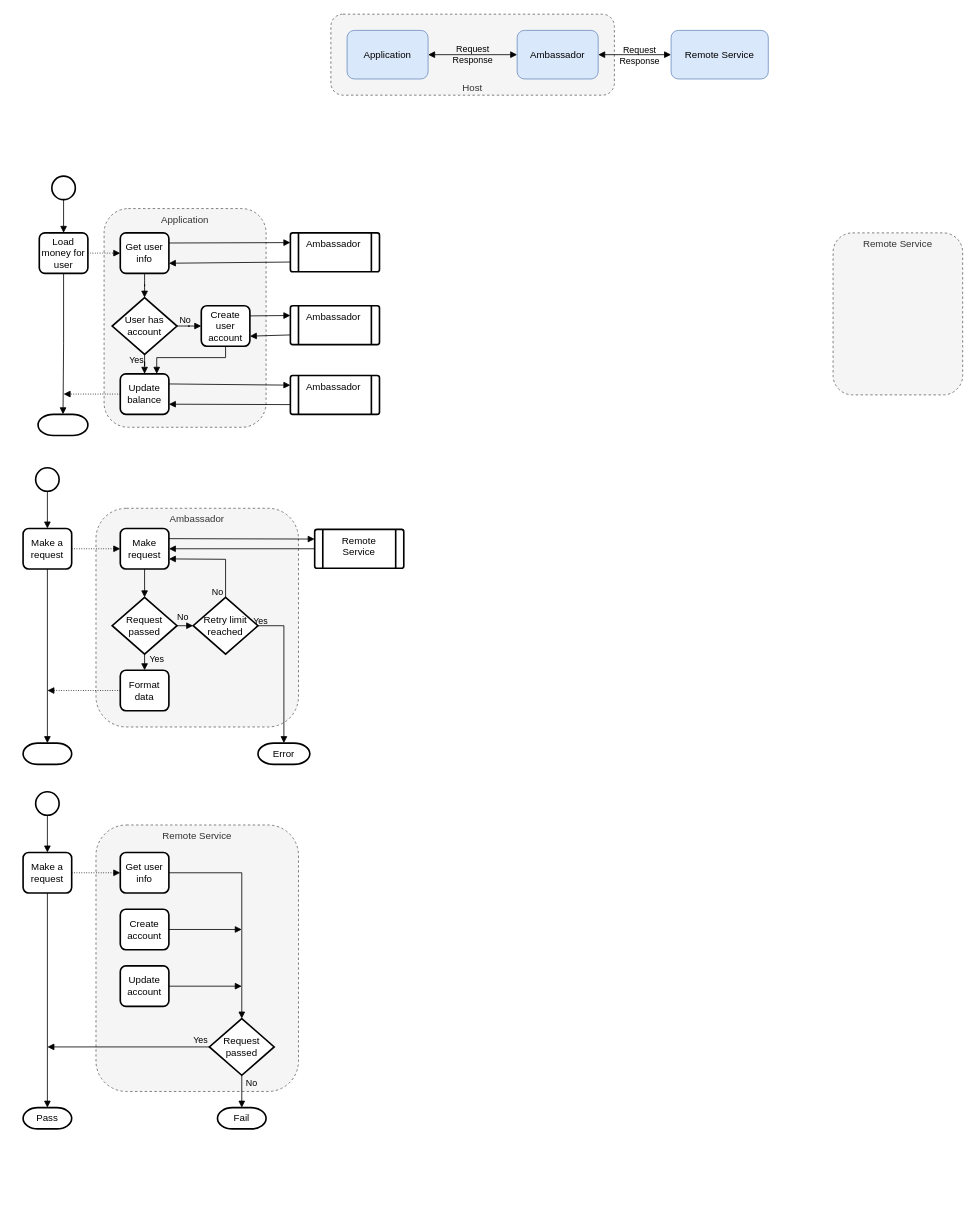
Above: pages/CloudDesginPatterns/draw/AmbassadorPattern.drawio in johannes-fourie/maree-fourie.github.io (draw.io), before the change. Source tidied: cells renumbered, new cells numbered last; positions are measured from the earlier drawing's top-left corner, leaving out a move shared by most shapes. Both pictures are drawn from the tidied source at 81%, with x=0, y=0 at pixel (23, 14).
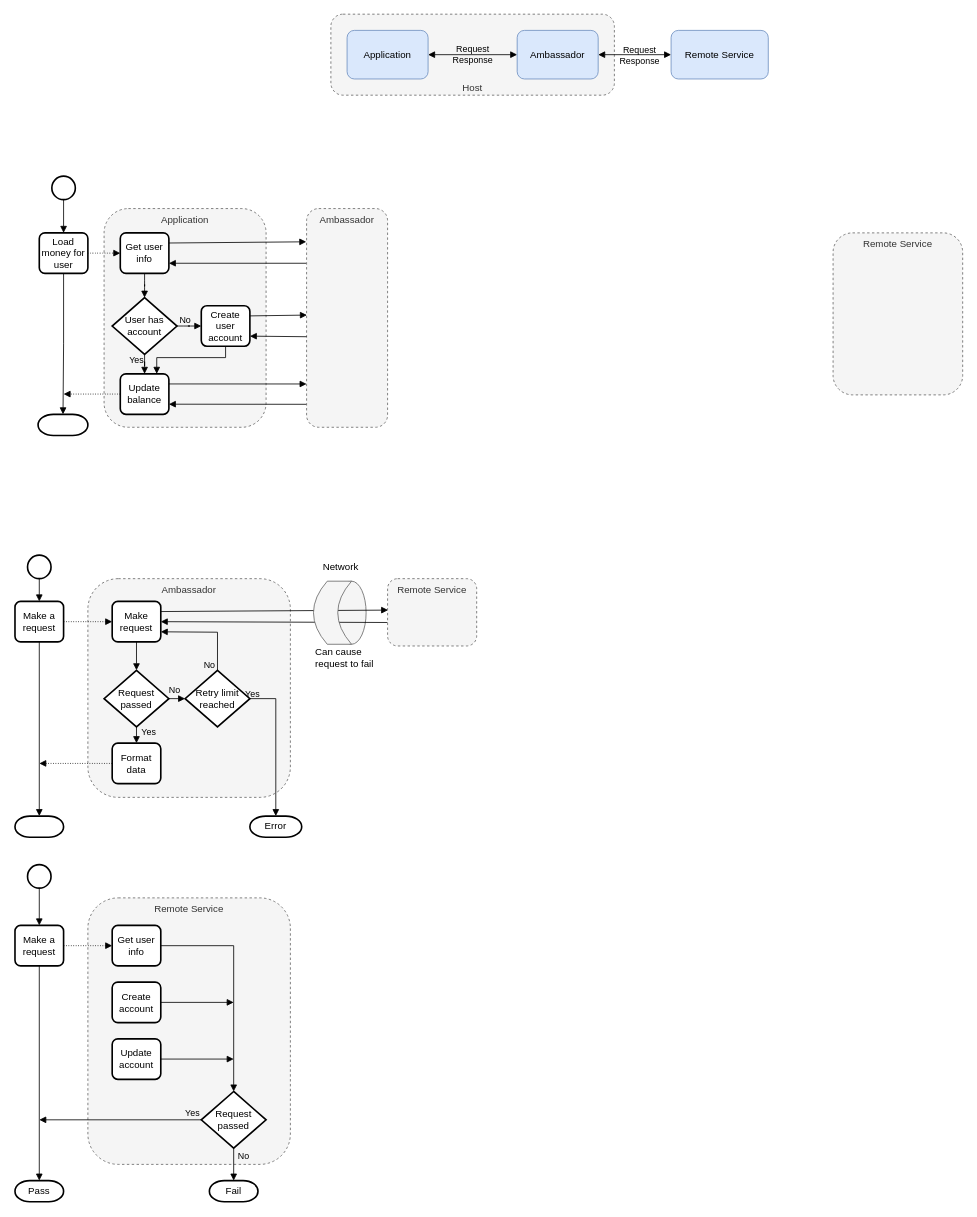
Above is the later version.

The change refers to these unchanged cells:
```xml
<mxCell id="13" value="Get user info" style="rounded=1;whiteSpace=wrap;html=1;absoluteArcSize=1;arcSize=14;strokeWidth=2;labelBackgroundColor=none;" parent="1" vertex="1">
  <mxGeometry x="120" y="270" width="60" height="50" as="geometry" />
</mxCell>
<mxCell id="20" value="Create user account" style="rounded=1;whiteSpace=wrap;html=1;absoluteArcSize=1;arcSize=14;strokeWidth=2;labelBackgroundColor=none;" parent="1" vertex="1">
  <mxGeometry x="220" y="360" width="60" height="50" as="geometry" />
</mxCell>
<mxCell id="22" value="Update balance" style="rounded=1;whiteSpace=wrap;html=1;absoluteArcSize=1;arcSize=14;strokeWidth=2;labelBackgroundColor=none;" parent="1" vertex="1">
  <mxGeometry x="120" y="444" width="60" height="50" as="geometry" />
</mxCell>
```

What changed in the source:
```diff
@@
+    <mxCell id="81" style="ellipse;whiteSpace=wrap;html=1;fillColor=#f5f5f5;fontColor=#333333;strokeColor=#666666;" parent="1" vertex="1">
+      <mxGeometry x="387.5" y="700" width="36" height="77.9" as="geometry" />
+    </mxCell>
@@
-    <mxCell id="12" style="edgeStyle=none;rounded=0;jettySize=auto;html=1;labelBackgroundColor=none;startArrow=none;startFill=0;endArrow=block;endFill=1;entryX=0;entryY=0.25;entryDx=0;entryDy=0;exitX=1;exitY=0.25;exitDx=0;exitDy=0;" parent="1" edge="1" source="13" target="29">
+    <mxCell id="12" style="edgeStyle=none;rounded=0;jettySize=auto;html=1;labelBackgroundColor=none;startArrow=none;startFill=0;endArrow=block;endFill=1;entryX=-0.004;entryY=0.152;entryDx=0;entryDy=0;exitX=1;exitY=0.25;exitDx=0;exitDy=0;entryPerimeter=0;" parent="1" edge="1" source="13" target="84">
       <mxGeometry relative="1" as="geometry" />
     </mxCell>
@@
-    <mxCell id="29" value="Ambassador&amp;nbsp;" style="verticalLabelPosition=middle;verticalAlign=top;html=1;shape=process;whiteSpace=wrap;rounded=1;size=0.09090909090909093;arcSize=6;labelBackgroundColor=none;strokeWidth=2;labelPosition=center;align=center;" parent="1" vertex="1">
-      <mxGeometry x="330" y="270" width="110" height="48" as="geometry" />
-    </mxCell>
-    <mxCell id="30" style="edgeStyle=none;rounded=0;jettySize=auto;html=1;labelBackgroundColor=none;startArrow=none;startFill=0;endArrow=block;endFill=1;entryX=1;entryY=0.75;entryDx=0;entryDy=0;exitX=0;exitY=0.75;exitDx=0;exitDy=0;" parent="1" edge="1" source="29" target="13">
+    <mxCell id="30" style="edgeStyle=none;rounded=0;jettySize=auto;html=1;labelBackgroundColor=none;startArrow=none;startFill=0;endArrow=block;endFill=1;entryX=1;entryY=0.75;entryDx=0;entryDy=0;exitX=0;exitY=0.25;exitDx=0;exitDy=0;" parent="1" edge="1" source="84" target="13">
       <mxGeometry relative="1" as="geometry" />
     </mxCell>
-    <mxCell id="31" style="edgeStyle=none;rounded=0;jettySize=auto;html=1;labelBackgroundColor=none;startArrow=none;startFill=0;endArrow=block;endFill=1;entryX=0;entryY=0.25;entryDx=0;entryDy=0;exitX=1;exitY=0.25;exitDx=0;exitDy=0;" parent="1" edge="1" source="20" target="32">
+    <mxCell id="31" style="edgeStyle=none;rounded=0;jettySize=auto;html=1;labelBackgroundColor=none;startArrow=none;startFill=0;endArrow=block;endFill=1;entryX=0.004;entryY=0.487;entryDx=0;entryDy=0;exitX=1;exitY=0.25;exitDx=0;exitDy=0;entryPerimeter=0;" parent="1" edge="1" source="20" target="84">
       <mxGeometry relative="1" as="geometry" />
     </mxCell>
-    <mxCell id="32" value="Ambassador&amp;nbsp;" style="verticalLabelPosition=middle;verticalAlign=top;html=1;shape=process;whiteSpace=wrap;rounded=1;size=0.09090909090909093;arcSize=6;labelBackgroundColor=none;strokeWidth=2;labelPosition=center;align=center;" parent="1" vertex="1">
-      <mxGeometry x="330" y="360" width="110" height="48" as="geometry" />
-    </mxCell>
-    <mxCell id="33" style="edgeStyle=none;rounded=0;jettySize=auto;html=1;labelBackgroundColor=none;startArrow=none;startFill=0;endArrow=block;endFill=1;entryX=1;entryY=0.75;entryDx=0;entryDy=0;exitX=0;exitY=0.75;exitDx=0;exitDy=0;" parent="1" edge="1" source="32" target="20">
-      <mxGeometry relative="1" as="geometry" />
-    </mxCell>
-    <mxCell id="34" style="edgeStyle=none;rounded=0;jettySize=auto;html=1;labelBackgroundColor=none;startArrow=none;startFill=0;endArrow=block;endFill=1;entryX=0;entryY=0.25;entryDx=0;entryDy=0;exitX=1;exitY=0.25;exitDx=0;exitDy=0;" parent="1" edge="1" source="22" target="35">
+    <mxCell id="34" style="edgeStyle=none;rounded=0;jettySize=auto;html=1;labelBackgroundColor=none;startArrow=none;startFill=0;endArrow=block;endFill=1;entryX=0;entryY=0.802;entryDx=0;entryDy=0;exitX=1;exitY=0.25;exitDx=0;exitDy=0;entryPerimeter=0;" parent="1" edge="1" source="22" target="84">
       <mxGeometry relative="1" as="geometry" />
     </mxCell>
-    <mxCell id="35" value="Ambassador&amp;nbsp;" style="verticalLabelPosition=middle;verticalAlign=top;html=1;shape=process;whiteSpace=wrap;rounded=1;size=0.09090909090909093;arcSize=6;labelBackgroundColor=none;strokeWidth=2;labelPosition=center;align=center;" parent="1" vertex="1">
-      <mxGeometry x="330" y="446" width="110" height="48" as="geometry" />
-    </mxCell>
-    <mxCell id="36" style="edgeStyle=none;rounded=0;jettySize=auto;html=1;labelBackgroundColor=none;startArrow=none;startFill=0;endArrow=block;endFill=1;entryX=1;entryY=0.75;entryDx=0;entryDy=0;exitX=0;exitY=0.75;exitDx=0;exitDy=0;" parent="1" edge="1" source="35" target="22">
+    <mxCell id="36" style="edgeStyle=none;rounded=0;jettySize=auto;html=1;labelBackgroundColor=none;startArrow=none;startFill=0;endArrow=block;endFill=1;entryX=1;entryY=0.75;entryDx=0;entryDy=0;exitX=0.007;exitY=0.895;exitDx=0;exitDy=0;exitPerimeter=0;" parent="1" edge="1" source="84" target="22">
       <mxGeometry relative="1" as="geometry" />
     </mxCell>
     <mxCell id="37" value="Ambassador" style="rounded=1;whiteSpace=wrap;html=1;dashed=1;align=center;verticalAlign=top;spacingLeft=0;spacingBottom=0;fillColor=#f5f5f5;fontColor=#333333;strokeColor=#666666;" parent="1" vertex="1">
-      <mxGeometry x="90" y="610" width="250" height="270" as="geometry" />
+      <mxGeometry x="80" y="696.9" width="250" height="270" as="geometry" />
     </mxCell>
@@
     <mxCell id="39" value="Make a request" style="rounded=1;whiteSpace=wrap;html=1;absoluteArcSize=1;arcSize=14;strokeWidth=2;labelBackgroundColor=none;" parent="1" vertex="1">
-      <mxGeometry y="635" width="60" height="50" as="geometry" />
+      <mxGeometry x="-10" y="725" width="60" height="50" as="geometry" />
     </mxCell>
     <mxCell id="40" style="strokeWidth=2;html=1;shape=mxgraph.flowchart.terminator;whiteSpace=wrap;labelBackgroundColor=none;" parent="1" vertex="1">
-      <mxGeometry y="900" width="60" height="26.2" as="geometry" />
+      <mxGeometry x="-10" y="990" width="60" height="26.2" as="geometry" />
     </mxCell>
@@
     <mxCell id="42" style="strokeWidth=2;html=1;shape=mxgraph.flowchart.start_2;whiteSpace=wrap;labelBackgroundColor=none;" parent="1" vertex="1">
-      <mxGeometry x="15.5" y="560" width="29" height="29" as="geometry" />
+      <mxGeometry x="5.5" y="667.9" width="29" height="29" as="geometry" />
     </mxCell>
@@
     <mxCell id="44" value="Make request" style="rounded=1;whiteSpace=wrap;html=1;absoluteArcSize=1;arcSize=14;strokeWidth=2;labelBackgroundColor=none;" parent="1" vertex="1">
-      <mxGeometry x="120" y="635" width="60" height="50" as="geometry" />
+      <mxGeometry x="110" y="725" width="60" height="50" as="geometry" />
     </mxCell>
@@
     <mxCell id="50" value="Request passed" style="strokeWidth=2;html=1;shape=mxgraph.flowchart.decision;whiteSpace=wrap;labelBackgroundColor=none;" parent="1" vertex="1">
-      <mxGeometry x="110" y="720" width="80" height="70" as="geometry" />
+      <mxGeometry x="100" y="810" width="80" height="70" as="geometry" />
     </mxCell>
     <mxCell id="51" style="edgeStyle=none;rounded=0;jettySize=auto;html=1;entryX=1;entryY=0.75;entryDx=0;entryDy=0;labelBackgroundColor=none;startArrow=none;startFill=0;endArrow=block;endFill=1;exitX=0.5;exitY=0;exitDx=0;exitDy=0;exitPerimeter=0;" parent="1" edge="1" source="55" target="44">
       <mxGeometry relative="1" as="geometry">
         <Array as="points">
-          <mxPoint x="250" y="673" />
+          <mxPoint x="240" y="763" />
         </Array>
       </mxGeometry>
     </mxCell>
@@
     <mxCell id="53" style="edgeStyle=none;rounded=0;jettySize=auto;html=1;entryX=0.5;entryY=0;entryDx=0;entryDy=0;entryPerimeter=0;labelBackgroundColor=none;startArrow=none;startFill=0;endArrow=block;endFill=1;exitX=1;exitY=0.5;exitDx=0;exitDy=0;exitPerimeter=0;" parent="1" edge="1" source="55" target="56">
       <mxGeometry relative="1" as="geometry">
         <Array as="points">
-          <mxPoint x="322" y="755" />
+          <mxPoint x="312" y="845" />
         </Array>
       </mxGeometry>
     </mxCell>
@@
     <mxCell id="55" value="Retry limit reached" style="strokeWidth=2;html=1;shape=mxgraph.flowchart.decision;whiteSpace=wrap;labelBackgroundColor=none;" parent="1" vertex="1">
-      <mxGeometry x="210" y="720" width="80" height="70" as="geometry" />
+      <mxGeometry x="200" y="810" width="80" height="70" as="geometry" />
     </mxCell>
     <mxCell id="56" value="Error" style="strokeWidth=2;html=1;shape=mxgraph.flowchart.terminator;whiteSpace=wrap;labelBackgroundColor=none;" parent="1" vertex="1">
-      <mxGeometry x="290" y="900" width="64" height="26.2" as="geometry" />
+      <mxGeometry x="280" y="990" width="64" height="26.2" as="geometry" />
     </mxCell>
     <mxCell id="57" value="Format data" style="rounded=1;whiteSpace=wrap;html=1;absoluteArcSize=1;arcSize=14;strokeWidth=2;labelBackgroundColor=none;" parent="1" vertex="1">
-      <mxGeometry x="120" y="810" width="60" height="50" as="geometry" />
+      <mxGeometry x="110" y="900" width="60" height="50" as="geometry" />
     </mxCell>
     <mxCell id="58" style="rounded=0;jettySize=auto;html=1;labelBackgroundColor=none;startArrow=none;startFill=0;endArrow=block;endFill=1;dashed=1;dashPattern=1 2;exitX=0;exitY=0.5;exitDx=0;exitDy=0;" parent="1" edge="1" source="57">
       <mxGeometry relative="1" as="geometry">
-        <mxPoint x="30" y="835" as="targetPoint" />
+        <mxPoint x="20" y="925" as="targetPoint" />
       </mxGeometry>
     </mxCell>
-    <mxCell id="59" style="edgeStyle=none;rounded=0;jettySize=auto;html=1;labelBackgroundColor=none;startArrow=none;startFill=0;endArrow=block;endFill=1;entryX=0;entryY=0.25;entryDx=0;entryDy=0;exitX=1;exitY=0.25;exitDx=0;exitDy=0;" parent="1" edge="1" source="44" target="60">
+    <mxCell id="59" style="edgeStyle=none;rounded=0;jettySize=auto;html=1;labelBackgroundColor=none;startArrow=none;startFill=0;endArrow=block;endFill=1;entryX=0.006;entryY=0.467;entryDx=0;entryDy=0;exitX=1;exitY=0.25;exitDx=0;exitDy=0;entryPerimeter=0;" parent="1" edge="1" source="44" target="60">
       <mxGeometry relative="1" as="geometry" />
     </mxCell>
-    <mxCell id="60" value="Remote&lt;br&gt;Service" style="verticalLabelPosition=middle;verticalAlign=top;html=1;shape=process;whiteSpace=wrap;rounded=1;size=0.09090909090909093;arcSize=6;labelBackgroundColor=none;strokeWidth=2;labelPosition=center;align=center;" parent="1" vertex="1">
-      <mxGeometry x="360" y="636" width="110" height="48" as="geometry" />
-    </mxCell>
-    <mxCell id="61" style="edgeStyle=none;rounded=0;jettySize=auto;html=1;labelBackgroundColor=none;startArrow=none;startFill=0;endArrow=block;endFill=1;entryX=1;entryY=0.5;entryDx=0;entryDy=0;exitX=0;exitY=0.5;exitDx=0;exitDy=0;" parent="1" edge="1" source="60" target="44">
-      <mxGeometry relative="1" as="geometry" />
+    <mxCell id="61" style="edgeStyle=none;rounded=0;jettySize=auto;html=1;labelBackgroundColor=none;startArrow=none;startFill=0;endArrow=block;endFill=1;entryX=1;entryY=0.5;entryDx=0;entryDy=0;exitX=0;exitY=0.5;exitDx=0;exitDy=0;" parent="1" edge="1" target="44">
+      <mxGeometry relative="1" as="geometry">
+        <mxPoint x="450" y="751" as="sourcePoint" />
+      </mxGeometry>
     </mxCell>
     <mxCell id="62" value="Remote Service" style="rounded=1;whiteSpace=wrap;html=1;dashed=1;align=center;verticalAlign=top;spacingLeft=0;spacingBottom=0;fillColor=#f5f5f5;fontColor=#333333;strokeColor=#666666;" parent="1" vertex="1">
-      <mxGeometry x="90" y="1001" width="250" height="329" as="geometry" />
+      <mxGeometry x="80" y="1091" width="250" height="329" as="geometry" />
     </mxCell>
@@
     <mxCell id="64" value="Make a request" style="rounded=1;whiteSpace=wrap;html=1;absoluteArcSize=1;arcSize=14;strokeWidth=2;labelBackgroundColor=none;" parent="1" vertex="1">
-      <mxGeometry y="1035" width="60" height="50" as="geometry" />
+      <mxGeometry x="-10" y="1125" width="60" height="50" as="geometry" />
     </mxCell>
     <mxCell id="65" value="Pass" style="strokeWidth=2;html=1;shape=mxgraph.flowchart.terminator;whiteSpace=wrap;labelBackgroundColor=none;" parent="1" vertex="1">
-      <mxGeometry y="1350" width="60" height="26.2" as="geometry" />
+      <mxGeometry x="-10" y="1440" width="60" height="26.2" as="geometry" />
     </mxCell>
@@
     <mxCell id="67" style="strokeWidth=2;html=1;shape=mxgraph.flowchart.start_2;whiteSpace=wrap;labelBackgroundColor=none;" parent="1" vertex="1">
-      <mxGeometry x="15.5" y="960" width="29" height="29" as="geometry" />
+      <mxGeometry x="5.5" y="1050" width="29" height="29" as="geometry" />
     </mxCell>
     <mxCell id="68" style="edgeStyle=none;rounded=0;jettySize=auto;html=1;entryX=0.5;entryY=0;entryDx=0;entryDy=0;entryPerimeter=0;labelBackgroundColor=none;startArrow=none;startFill=0;endArrow=block;endFill=1;exitX=1;exitY=0.5;exitDx=0;exitDy=0;" parent="1" edge="1" source="69" target="79">
       <mxGeometry relative="1" as="geometry">
         <Array as="points">
-          <mxPoint x="270" y="1060" />
+          <mxPoint x="260" y="1150" />
         </Array>
       </mxGeometry>
     </mxCell>
     <mxCell id="69" value="Get user info" style="rounded=1;whiteSpace=wrap;html=1;absoluteArcSize=1;arcSize=14;strokeWidth=2;labelBackgroundColor=none;" parent="1" vertex="1">
-      <mxGeometry x="120" y="1035" width="60" height="50" as="geometry" />
+      <mxGeometry x="110" y="1125" width="60" height="50" as="geometry" />
     </mxCell>
@@
     <mxCell id="71" style="edgeStyle=none;rounded=0;jettySize=auto;html=1;labelBackgroundColor=none;startArrow=none;startFill=0;endArrow=block;endFill=1;" parent="1" edge="1" source="72">
       <mxGeometry relative="1" as="geometry">
-        <mxPoint x="270" y="1130" as="targetPoint" />
+        <mxPoint x="260" y="1220" as="targetPoint" />
       </mxGeometry>
     </mxCell>
     <mxCell id="72" value="Create account" style="rounded=1;whiteSpace=wrap;html=1;absoluteArcSize=1;arcSize=14;strokeWidth=2;labelBackgroundColor=none;" parent="1" vertex="1">
-      <mxGeometry x="120" y="1105" width="60" height="50" as="geometry" />
+      <mxGeometry x="110" y="1195" width="60" height="50" as="geometry" />
     </mxCell>
     <mxCell id="73" style="edgeStyle=none;rounded=0;jettySize=auto;html=1;labelBackgroundColor=none;startArrow=none;startFill=0;endArrow=block;endFill=1;" parent="1" edge="1" source="74">
       <mxGeometry relative="1" as="geometry">
-        <mxPoint x="270" y="1200" as="targetPoint" />
+        <mxPoint x="260" y="1290" as="targetPoint" />
       </mxGeometry>
     </mxCell>
     <mxCell id="74" value="Update account" style="rounded=1;whiteSpace=wrap;html=1;absoluteArcSize=1;arcSize=14;strokeWidth=2;labelBackgroundColor=none;" parent="1" vertex="1">
-      <mxGeometry x="120" y="1175" width="60" height="50" as="geometry" />
+      <mxGeometry x="110" y="1265" width="60" height="50" as="geometry" />
     </mxCell>
@@
     <mxCell id="77" style="edgeStyle=none;rounded=0;jettySize=auto;html=1;labelBackgroundColor=none;startArrow=none;startFill=0;endArrow=block;endFill=1;" parent="1" edge="1" source="79">
       <mxGeometry relative="1" as="geometry">
-        <mxPoint x="30" y="1275" as="targetPoint" />
+        <mxPoint x="20" y="1365" as="targetPoint" />
       </mxGeometry>
     </mxCell>
@@
     <mxCell id="79" value="Request passed" style="strokeWidth=2;html=1;shape=mxgraph.flowchart.decision;whiteSpace=wrap;labelBackgroundColor=none;" parent="1" vertex="1">
-      <mxGeometry x="230" y="1240" width="80" height="70" as="geometry" />
+      <mxGeometry x="220" y="1330" width="80" height="70" as="geometry" />
     </mxCell>
     <mxCell id="80" value="Fail" style="strokeWidth=2;html=1;shape=mxgraph.flowchart.terminator;whiteSpace=wrap;labelBackgroundColor=none;" parent="1" vertex="1">
-      <mxGeometry x="240" y="1350" width="60" height="26.2" as="geometry" />
+      <mxGeometry x="230" y="1440" width="60" height="26.2" as="geometry" />
     </mxCell>
+    <mxCell id="82" style="shape=dataStorage;whiteSpace=wrap;html=1;fixedSize=1;rotation=0;size=17;fillColor=#f5f5f5;fontColor=#333333;strokeColor=#666666;" parent="1" vertex="1">
+      <mxGeometry x="358.5" y="700" width="47" height="77.9" as="geometry" />
+    </mxCell>
+    <mxCell id="83" value="Network&amp;nbsp;" style="text;html=1;strokeColor=none;fillColor=none;align=center;verticalAlign=middle;whiteSpace=wrap;rounded=0;" parent="1" vertex="1">
+      <mxGeometry x="363.5" y="667.9" width="60" height="30" as="geometry" />
+    </mxCell>
+    <mxCell id="84" value="Ambassador" style="rounded=1;whiteSpace=wrap;html=1;dashed=1;align=center;verticalAlign=top;spacingLeft=0;spacingBottom=0;fillColor=#f5f5f5;fontColor=#333333;strokeColor=#666666;" parent="1" vertex="1">
+      <mxGeometry x="350" y="240" width="100" height="270" as="geometry" />
+    </mxCell>
+    <mxCell id="85" style="edgeStyle=none;rounded=0;jettySize=auto;html=1;labelBackgroundColor=none;startArrow=none;startFill=0;endArrow=block;endFill=1;entryX=1;entryY=0.75;entryDx=0;entryDy=0;exitX=0.002;exitY=0.586;exitDx=0;exitDy=0;exitPerimeter=0;" parent="1" edge="1" source="84" target="20">
+      <mxGeometry relative="1" as="geometry" />
+    </mxCell>
+    <mxCell id="60" value="Remote Service" style="rounded=1;whiteSpace=wrap;html=1;dashed=1;align=center;verticalAlign=top;spacingLeft=0;spacingBottom=0;fillColor=#f5f5f5;fontColor=#333333;strokeColor=#666666;" parent="1" vertex="1">
+      <mxGeometry x="450" y="696.9" width="110" height="83.1" as="geometry" />
+    </mxCell>
+    <mxCell id="86" value="Can cause request to fail" style="text;html=1;strokeColor=none;fillColor=none;align=left;verticalAlign=middle;whiteSpace=wrap;rounded=0;" parent="1" vertex="1">
+      <mxGeometry x="358.5" y="780" width="80" height="30" as="geometry" />
+    </mxCell>
```
